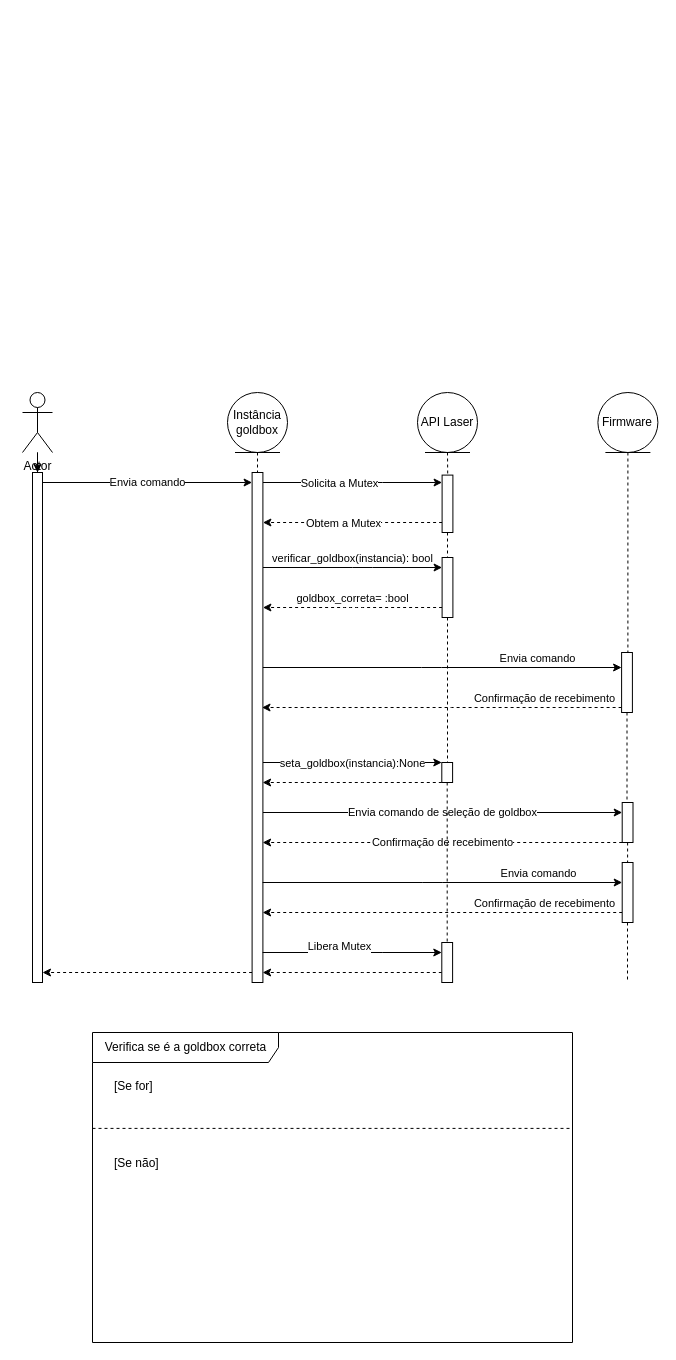
JoseitoOliveira/relatorio-estagio keeps this draw.io diagram as comando3.drawio. Above is the earlier version. Source tidied: cells renumbered, new cells numbered last; positions are measured from the earlier drawing's top-left corner, leaving out a move shared by most shapes. Both pictures are drawn from the tidied source at 100%, with x=0, y=0 at pixel (22, 392).
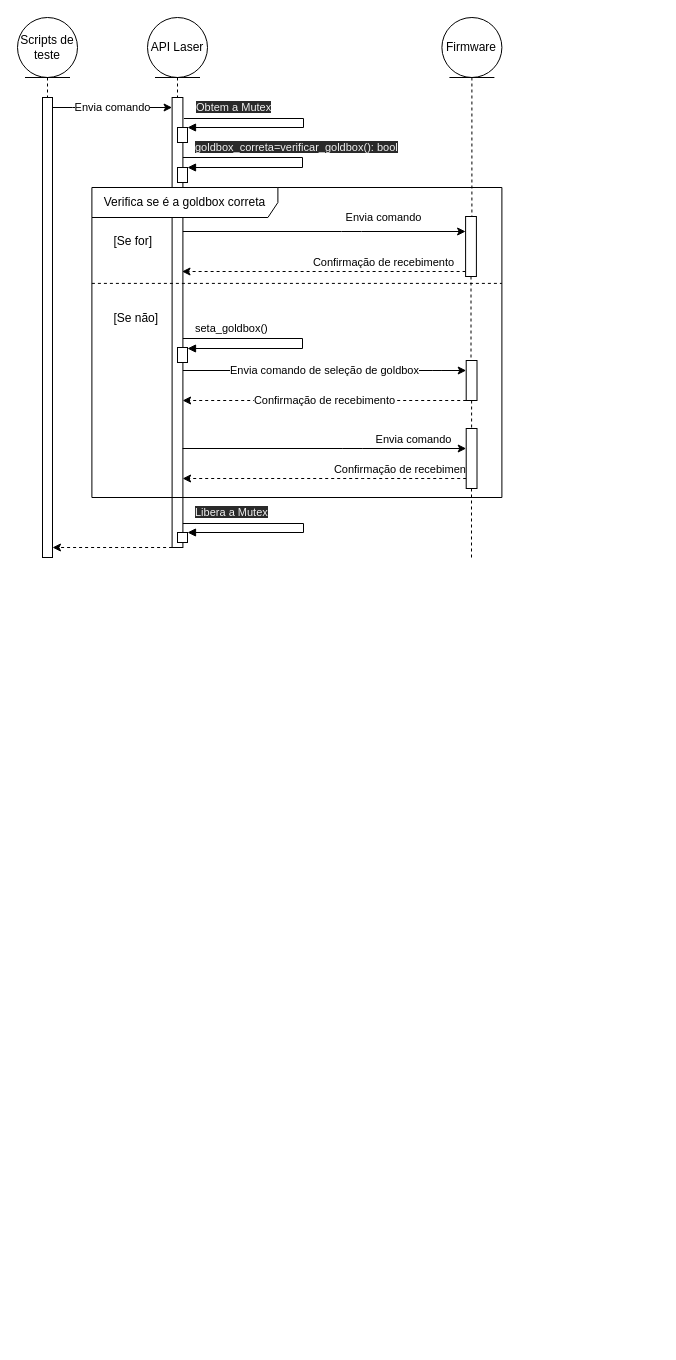
The same diagram, later.

What changed in the source:
```diff
@@
     <mxCell id="2" value="Envia comando" style="edgeStyle=none;html=1;endArrow=classic;endFill=1;" parent="1" edge="1" source="3" target="23">
       <mxGeometry relative="1" as="geometry">
         <Array as="points">
-          <mxPoint x="140" y="90" />
+          <mxPoint x="60" y="-285" />
         </Array>
       </mxGeometry>
     </mxCell>
     <mxCell id="3" style="html=1;points=[];perimeter=orthogonalPerimeter;" parent="1" vertex="1">
-      <mxGeometry x="10" y="80" width="10" height="510" as="geometry" />
+      <mxGeometry x="20" y="-295" width="10" height="460" as="geometry" />
     </mxCell>
-    <mxCell id="4" style="edgeStyle=none;html=1;dashed=1;endArrow=none;endFill=0;" parent="1" edge="1" source="6" target="3">
+    <mxCell id="4" style="edgeStyle=none;html=1;dashed=1;endArrow=none;endFill=0;" parent="1" edge="1" source="62" target="3">
       <mxGeometry relative="1" as="geometry" />
     </mxCell>
-    <mxCell id="5" style="edgeStyle=none;html=1;" parent="1" edge="1" source="6" target="3">
-      <mxGeometry relative="1" as="geometry" />
-    </mxCell>
-    <mxCell id="6" value="Actor" style="shape=umlActor;verticalLabelPosition=bottom;verticalAlign=top;html=1;" parent="1" vertex="1">
-      <mxGeometry width="30" height="60" as="geometry" />
-    </mxCell>
-    <mxCell id="7" style="edgeStyle=none;html=1;endArrow=none;endFill=0;dashed=1;exitX=0.5;exitY=1;exitDx=0;exitDy=0;startArrow=none;" parent="1" edge="1" source="53">
-      <mxGeometry relative="1" as="geometry">
-        <mxPoint x="425" y="590" as="targetPoint" />
-      </mxGeometry>
-    </mxCell>
     <mxCell id="8" style="edgeStyle=none;html=1;dashed=1;startArrow=none;startFill=0;endArrow=none;endFill=0;" parent="1" edge="1" source="48">
       <mxGeometry relative="1" as="geometry">
-        <mxPoint x="605" y="590" as="targetPoint" />
+        <mxPoint x="449" y="165" as="targetPoint" />
       </mxGeometry>
     </mxCell>
     <mxCell id="9" value="Firmware" style="ellipse;shape=umlEntity;whiteSpace=wrap;html=1;" parent="1" vertex="1">
-      <mxGeometry x="575.4" width="60" height="60" as="geometry" />
+      <mxGeometry x="419.4" y="-375" width="60" height="60" as="geometry" />
     </mxCell>
-    <mxCell id="10" value="API Laser" style="ellipse;shape=umlEntity;whiteSpace=wrap;html=1;" parent="1" vertex="1">
-      <mxGeometry x="395" width="60" height="60" as="geometry" />
-    </mxCell>
@@
-    <mxCell id="12" value="Instância goldbox" style="ellipse;shape=umlEntity;whiteSpace=wrap;html=1;" parent="1" vertex="1">
-      <mxGeometry x="205" width="60" height="60" as="geometry" />
+    <mxCell id="12" value="API Laser" style="ellipse;shape=umlEntity;whiteSpace=wrap;html=1;" parent="1" vertex="1">
+      <mxGeometry x="125" y="-375" width="60" height="60" as="geometry" />
     </mxCell>
-    <mxCell id="13" style="edgeStyle=none;html=1;endArrow=classic;endFill=1;" parent="1" edge="1" source="23" target="26">
-      <mxGeometry relative="1" as="geometry">
-        <Array as="points">
-          <mxPoint x="350" y="90" />
-        </Array>
-      </mxGeometry>
-    </mxCell>
-    <mxCell id="14" value="Solicita a Mutex" style="edgeLabel;html=1;align=center;verticalAlign=middle;" parent="13" vertex="1">
-      <mxGeometry x="-0.15" relative="1" as="geometry" />
-    </mxCell>
-    <mxCell id="15" style="edgeStyle=none;html=1;startArrow=none;startFill=0;endArrow=classic;endFill=1;" parent="1" edge="1" target="29">
-      <mxGeometry relative="1" as="geometry">
-        <mxPoint x="240.4" y="175" as="sourcePoint" />
-        <Array as="points">
-          <mxPoint x="340" y="175" />
-        </Array>
-      </mxGeometry>
-    </mxCell>
-    <mxCell id="16" value="verificar_goldbox(instancia): bool" style="edgeLabel;html=1;align=center;verticalAlign=middle;" parent="15" vertex="1">
-      <mxGeometry x="-0.15" y="-1" relative="1" as="geometry">
-        <mxPoint x="13" y="-11" as="offset" />
-      </mxGeometry>
-    </mxCell>
     <mxCell id="17" style="edgeStyle=none;html=1;startArrow=none;startFill=0;endArrow=classic;endFill=1;" parent="1" edge="1" target="36">
       <mxGeometry relative="1" as="geometry">
-        <mxPoint x="239.5" y="275" as="sourcePoint" />
+        <mxPoint x="159.5" y="-161" as="sourcePoint" />
         <Array as="points">
-          <mxPoint x="409.1" y="275" />
+          <mxPoint x="329.1" y="-161" />
         </Array>
       </mxGeometry>
     </mxCell>
     <mxCell id="18" value="Envia comando" style="edgeLabel;html=1;align=center;verticalAlign=middle;" parent="17" vertex="1">
       <mxGeometry x="-0.28" y="-1" relative="1" as="geometry">
-        <mxPoint x="146" y="-11" as="offset" />
+        <mxPoint x="99" y="-16" as="offset" />
       </mxGeometry>
     </mxCell>
-    <mxCell id="19" style="edgeStyle=none;html=1;startArrow=none;startFill=0;endArrow=classic;endFill=1;" parent="1" edge="1" target="39">
-      <mxGeometry relative="1" as="geometry">
-        <mxPoint x="240.1" y="370" as="sourcePoint" />
-      </mxGeometry>
-    </mxCell>
-    <mxCell id="20" value="seta_goldbox(instancia):None" style="edgeLabel;html=1;align=center;verticalAlign=middle;" parent="19" vertex="1">
-      <mxGeometry x="0.16" y="-1" relative="1" as="geometry">
-        <mxPoint x="-15" y="-1" as="offset" />
-      </mxGeometry>
-    </mxCell>
     <mxCell id="21" value="Envia comando de seleção de goldbox" style="edgeStyle=none;html=1;startArrow=none;startFill=0;endArrow=classic;endFill=1;" parent="1" edge="1" target="42">
       <mxGeometry relative="1" as="geometry">
-        <mxPoint x="240.1" y="420" as="sourcePoint" />
+        <mxPoint x="160.1" y="-22" as="sourcePoint" />
         <Array as="points">
-          <mxPoint x="499.7" y="420" />
+          <mxPoint x="419.7" y="-22" />
         </Array>
       </mxGeometry>
     </mxCell>
     <mxCell id="22" style="edgeStyle=none;html=1;dashed=1;" parent="1" edge="1" source="23" target="3">
       <mxGeometry relative="1" as="geometry">
         <Array as="points">
-          <mxPoint x="90" y="580" />
+          <mxPoint x="90" y="155" />
         </Array>
       </mxGeometry>
     </mxCell>
     <mxCell id="23" style="html=1;points=[];perimeter=orthogonalPerimeter;" parent="1" vertex="1">
-      <mxGeometry x="229.6" y="80" width="10.8" height="510" as="geometry" />
+      <mxGeometry x="149.6" y="-295" width="10.8" height="450" as="geometry" />
     </mxCell>
-    <mxCell id="24" style="edgeStyle=none;html=1;dashed=1;endArrow=classic;endFill=1;" parent="1" edge="1" source="26" target="23">
-      <mxGeometry relative="1" as="geometry">
-        <Array as="points">
-          <mxPoint x="350" y="130" />
-        </Array>
-      </mxGeometry>
-    </mxCell>
-    <mxCell id="25" value="Obtem a Mutex" style="edgeLabel;html=1;align=center;verticalAlign=middle;" parent="24" vertex="1">
-      <mxGeometry x="-0.06" relative="1" as="geometry">
-        <mxPoint x="-15" as="offset" />
-      </mxGeometry>
-    </mxCell>
-    <mxCell id="26" style="html=1;points=[];perimeter=orthogonalPerimeter;" parent="1" vertex="1">
-      <mxGeometry x="419.6" y="82.6" width="10.8" height="57.4" as="geometry" />
-    </mxCell>
-    <mxCell id="27" style="edgeStyle=none;html=1;endArrow=none;endFill=0;dashed=1;exitX=0.5;exitY=1;exitDx=0;exitDy=0;entryX=0.52;entryY=0.005;entryDx=0;entryDy=0;entryPerimeter=0;" parent="1" edge="1" source="10" target="26">
-      <mxGeometry relative="1" as="geometry" />
-    </mxCell>
-    <mxCell id="28" value="goldbox_correta= :bool" style="edgeStyle=none;html=1;dashed=1;startArrow=none;startFill=0;endArrow=classic;endFill=1;" parent="1" edge="1" source="29">
-      <mxGeometry x="0.01" y="-9" relative="1" as="geometry">
-        <mxPoint x="240.4" y="215" as="targetPoint" />
-        <Array as="points">
-          <mxPoint x="330" y="215" />
-        </Array>
-      </mxGeometry>
-    </mxCell>
-    <mxCell id="29" style="html=1;points=[];perimeter=orthogonalPerimeter;" parent="1" vertex="1">
-      <mxGeometry x="419.6" y="165" width="10.8" height="60" as="geometry" />
-    </mxCell>
     <mxCell id="30" value="Verifica se é a goldbox correta" style="shape=umlFrame;tabWidth=110;tabHeight=30;tabPosition=left;html=1;boundedLbl=1;labelInHeader=1;width=186;height=30;" parent="1" vertex="1">
-      <mxGeometry x="70" y="640" width="480" height="310" as="geometry" />
+      <mxGeometry x="69.4" y="-205" width="410" height="310" as="geometry" />
     </mxCell>
@@
     <mxCell id="32" value="[Se não]" style="line;strokeWidth=1;dashed=1;labelPosition=center;verticalLabelPosition=bottom;align=left;verticalAlign=top;spacingLeft=20;spacingTop=15;" parent="30" vertex="1">
-      <mxGeometry y="89.7" width="480" height="12.4" as="geometry" />
+      <mxGeometry y="89.7" width="410" height="12.4" as="geometry" />
     </mxCell>
-    <mxCell id="33" style="edgeStyle=none;html=1;endArrow=none;endFill=0;dashed=1;exitX=0.5;exitY=1;exitDx=0;exitDy=0;startArrow=none;" parent="1" edge="1" source="26" target="29">
-      <mxGeometry relative="1" as="geometry" />
-    </mxCell>
     <mxCell id="34" style="edgeStyle=none;html=1;dashed=1;startArrow=none;startFill=0;endArrow=classic;endFill=1;" parent="1" edge="1" source="36">
       <mxGeometry relative="1" as="geometry">
-        <mxPoint x="239.5" y="315" as="targetPoint" />
+        <mxPoint x="159.5" y="-121" as="targetPoint" />
         <Array as="points">
-          <mxPoint x="419.1" y="315" />
+          <mxPoint x="339.1" y="-121" />
         </Array>
       </mxGeometry>
     </mxCell>
     <mxCell id="35" value="Confirmação de recebimento" style="edgeLabel;html=1;align=center;verticalAlign=middle;" parent="34" vertex="1">
       <mxGeometry x="-0.59" y="2" relative="1" as="geometry">
-        <mxPoint x="-4" y="-12" as="offset" />
+        <mxPoint x="-25" y="-12" as="offset" />
       </mxGeometry>
     </mxCell>
     <mxCell id="36" style="html=1;points=[];perimeter=orthogonalPerimeter;" parent="1" vertex="1">
-      <mxGeometry x="599.1" y="260" width="10.8" height="60" as="geometry" />
+      <mxGeometry x="443.1" y="-176" width="10.8" height="60" as="geometry" />
     </mxCell>
@@
-    <mxCell id="38" style="edgeStyle=none;html=1;dashed=1;startArrow=none;startFill=0;endArrow=classic;endFill=1;" parent="1" edge="1" source="39">
-      <mxGeometry relative="1" as="geometry">
-        <mxPoint x="240.1" y="390" as="targetPoint" />
-        <Array as="points">
-          <mxPoint x="329.7" y="390" />
-        </Array>
-      </mxGeometry>
-    </mxCell>
-    <mxCell id="39" style="html=1;points=[];perimeter=orthogonalPerimeter;" parent="1" vertex="1">
-      <mxGeometry x="419.3" y="370" width="10.8" height="20" as="geometry" />
-    </mxCell>
-    <mxCell id="40" style="edgeStyle=none;html=1;endArrow=none;endFill=0;dashed=1;exitX=0.5;exitY=1;exitDx=0;exitDy=0;startArrow=none;" parent="1" edge="1" source="29" target="39">
-      <mxGeometry relative="1" as="geometry" />
-    </mxCell>
     <mxCell id="41" value="Confirmação de recebimento" style="edgeStyle=none;html=1;dashed=1;startArrow=none;startFill=0;endArrow=classic;endFill=1;" parent="1" edge="1" source="42">
       <mxGeometry relative="1" as="geometry">
-        <mxPoint x="240.1" y="450" as="targetPoint" />
+        <mxPoint x="160.1" y="8" as="targetPoint" />
         <Array as="points">
-          <mxPoint x="419.7" y="450" />
+          <mxPoint x="339.7" y="8" />
         </Array>
       </mxGeometry>
     </mxCell>
     <mxCell id="42" style="html=1;points=[];perimeter=orthogonalPerimeter;" parent="1" vertex="1">
-      <mxGeometry x="599.7" y="410" width="10.8" height="40" as="geometry" />
+      <mxGeometry x="443.7" y="-32" width="10.8" height="40" as="geometry" />
     </mxCell>
@@
     <mxCell id="44" style="edgeStyle=none;html=1;startArrow=none;startFill=0;endArrow=classic;endFill=1;" parent="1" edge="1" target="48">
       <mxGeometry relative="1" as="geometry">
-        <mxPoint x="240.1" y="490" as="sourcePoint" />
+        <mxPoint x="160.1" y="56" as="sourcePoint" />
         <Array as="points">
-          <mxPoint x="409.7" y="490" />
+          <mxPoint x="329.7" y="56" />
         </Array>
       </mxGeometry>
     </mxCell>
     <mxCell id="45" value="Envia comando" style="edgeLabel;html=1;align=center;verticalAlign=middle;" parent="44" vertex="1">
       <mxGeometry x="-0.28" y="-1" relative="1" as="geometry">
-        <mxPoint x="146" y="-11" as="offset" />
+        <mxPoint x="128" y="-11" as="offset" />
       </mxGeometry>
     </mxCell>
     <mxCell id="46" style="edgeStyle=none;html=1;dashed=1;startArrow=none;startFill=0;endArrow=classic;endFill=1;" parent="1" edge="1" source="48">
       <mxGeometry relative="1" as="geometry">
-        <mxPoint x="240.1" y="520" as="targetPoint" />
+        <mxPoint x="160.1" y="86" as="targetPoint" />
         <Array as="points">
-          <mxPoint x="429.7" y="520" />
+          <mxPoint x="349.7" y="86" />
         </Array>
       </mxGeometry>
     </mxCell>
@@
     <mxCell id="48" style="html=1;points=[];perimeter=orthogonalPerimeter;" parent="1" vertex="1">
-      <mxGeometry x="599.7" y="470" width="10.8" height="60" as="geometry" />
+      <mxGeometry x="443.7" y="36" width="10.8" height="60" as="geometry" />
     </mxCell>
@@
-    <mxCell id="50" style="edgeStyle=none;html=1;endArrow=classic;endFill=1;" parent="1" edge="1">
-      <mxGeometry relative="1" as="geometry">
-        <mxPoint x="240.1" y="560" as="sourcePoint" />
-        <mxPoint x="419.3" y="560" as="targetPoint" />
-        <Array as="points">
-          <mxPoint x="349.7" y="560" />
-        </Array>
-      </mxGeometry>
-    </mxCell>
-    <mxCell id="51" value="Libera Mutex" style="edgeLabel;html=1;align=center;verticalAlign=middle;" parent="50" vertex="1">
-      <mxGeometry x="-0.15" relative="1" as="geometry">
-        <mxPoint y="-7" as="offset" />
-      </mxGeometry>
-    </mxCell>
-    <mxCell id="52" style="edgeStyle=none;html=1;dashed=1;endArrow=classic;endFill=1;" parent="1" edge="1" source="53">
-      <mxGeometry relative="1" as="geometry">
-        <mxPoint x="240.1" y="580" as="targetPoint" />
-        <Array as="points">
-          <mxPoint x="349.7" y="580" />
-        </Array>
-      </mxGeometry>
-    </mxCell>
-    <mxCell id="53" style="html=1;points=[];perimeter=orthogonalPerimeter;" parent="1" vertex="1">
-      <mxGeometry x="419.3" y="550" width="10.8" height="40" as="geometry" />
-    </mxCell>
-    <mxCell id="54" style="edgeStyle=none;html=1;endArrow=none;endFill=0;dashed=1;exitX=0.5;exitY=1;exitDx=0;exitDy=0;startArrow=none;" parent="1" edge="1" source="39" target="53">
-      <mxGeometry relative="1" as="geometry" />
-    </mxCell>
+    <mxCell id="25" value="&lt;span style=&quot;color: rgb(240 , 240 , 240) ; font-family: &amp;#34;helvetica&amp;#34; ; font-size: 11px ; font-style: normal ; font-weight: 400 ; letter-spacing: normal ; text-align: center ; text-indent: 0px ; text-transform: none ; word-spacing: 0px ; background-color: rgb(42 , 42 , 42) ; display: inline ; float: none&quot;&gt;Obtem a Mutex&lt;/span&gt;" style="edgeStyle=orthogonalEdgeStyle;html=1;align=left;spacingLeft=2;endArrow=block;rounded=0;" parent="1" edge="1" target="58">
+      <mxGeometry x="-0.93" y="11" relative="1" as="geometry">
+        <mxPoint x="161.4" y="-274" as="sourcePoint" />
+        <Array as="points">
+          <mxPoint x="281" y="-274" />
+          <mxPoint x="281" y="-265" />
+        </Array>
+      </mxGeometry>
+    </mxCell>
+    <mxCell id="55" value="&lt;span style=&quot;color: rgb(240 , 240 , 240) ; font-family: &amp;#34;helvetica&amp;#34; ; font-size: 11px ; font-style: normal ; font-weight: 400 ; letter-spacing: normal ; text-align: center ; text-indent: 0px ; text-transform: none ; word-spacing: 0px ; background-color: rgb(42 , 42 , 42) ; display: inline ; float: none&quot;&gt;goldbox_correta=verificar_goldbox(): bool&lt;/span&gt;" style="edgeStyle=orthogonalEdgeStyle;html=1;align=left;spacingLeft=2;endArrow=block;rounded=0;" parent="1" edge="1" source="23" target="59">
+      <mxGeometry x="-0.93" y="10" relative="1" as="geometry">
+        <Array as="points">
+          <mxPoint x="280" y="-235" />
+          <mxPoint x="280" y="-225" />
+        </Array>
+      </mxGeometry>
+    </mxCell>
+    <mxCell id="56" value="&lt;span style=&quot;text-align: center&quot;&gt;seta_goldbox()&lt;/span&gt;" style="edgeStyle=orthogonalEdgeStyle;html=1;align=left;spacingLeft=2;endArrow=block;rounded=0;" parent="1" edge="1" target="60">
+      <mxGeometry x="-0.93" y="10" relative="1" as="geometry">
+        <mxPoint x="160.4" y="-54" as="sourcePoint" />
+        <Array as="points">
+          <mxPoint x="280" y="-54" />
+          <mxPoint x="280" y="-44" />
+        </Array>
+      </mxGeometry>
+    </mxCell>
+    <mxCell id="57" value="&lt;span style=&quot;color: rgb(240 , 240 , 240) ; font-family: &amp;#34;helvetica&amp;#34; ; font-size: 11px ; font-style: normal ; font-weight: 400 ; letter-spacing: normal ; text-align: center ; text-indent: 0px ; text-transform: none ; word-spacing: 0px ; background-color: rgb(42 , 42 , 42) ; display: inline ; float: none&quot;&gt;Libera a Mutex&lt;/span&gt;" style="edgeStyle=orthogonalEdgeStyle;html=1;align=left;spacingLeft=2;endArrow=block;rounded=0;" parent="1" edge="1" target="61">
+      <mxGeometry x="-0.93" y="11" relative="1" as="geometry">
+        <mxPoint x="160.4" y="131" as="sourcePoint" />
+        <Array as="points">
+          <mxPoint x="281" y="131" />
+          <mxPoint x="281" y="140" />
+        </Array>
+      </mxGeometry>
+    </mxCell>
+    <mxCell id="58" style="html=1;points=[];perimeter=orthogonalPerimeter;" parent="1" vertex="1">
+      <mxGeometry x="155" y="-265" width="10" height="15" as="geometry" />
+    </mxCell>
+    <mxCell id="59" style="html=1;points=[];perimeter=orthogonalPerimeter;" parent="1" vertex="1">
+      <mxGeometry x="155" y="-225" width="10" height="15" as="geometry" />
+    </mxCell>
+    <mxCell id="60" style="html=1;points=[];perimeter=orthogonalPerimeter;" parent="1" vertex="1">
+      <mxGeometry x="155" y="-45" width="10" height="15" as="geometry" />
+    </mxCell>
+    <mxCell id="61" style="html=1;points=[];perimeter=orthogonalPerimeter;" parent="1" vertex="1">
+      <mxGeometry x="155" y="140" width="10" height="10" as="geometry" />
+    </mxCell>
+    <mxCell id="62" value="Scripts de teste" style="ellipse;shape=umlEntity;whiteSpace=wrap;html=1;" parent="1" vertex="1">
+      <mxGeometry x="-5" y="-375" width="60" height="60" as="geometry" />
+    </mxCell>
```
